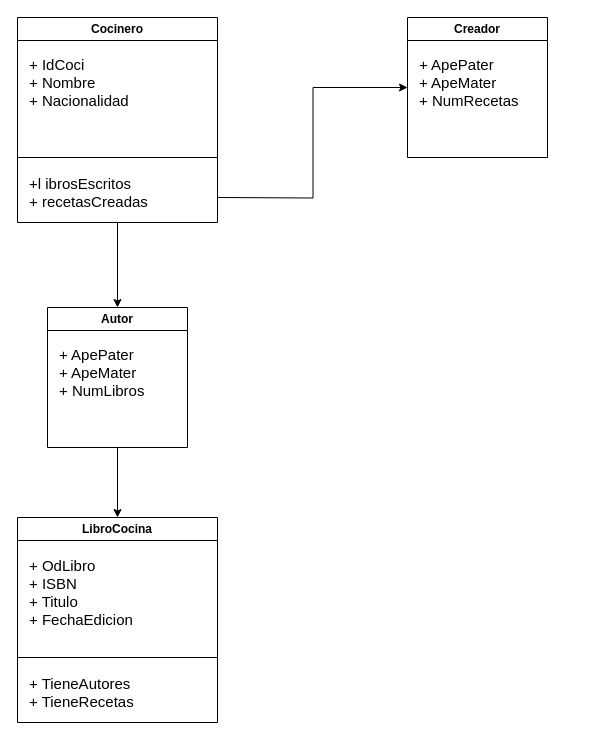
Above: Diagrama sin título.drawio in CristianCenxd/DiagramaUMLACT6 (draw.io), before the change. Source tidied: cells renumbered, new cells numbered last; positions are measured from the earlier drawing's top-left corner, leaving out a move shared by most shapes. Both pictures are drawn from the tidied source at 100%, with x=0, y=0 at pixel (17, 17).
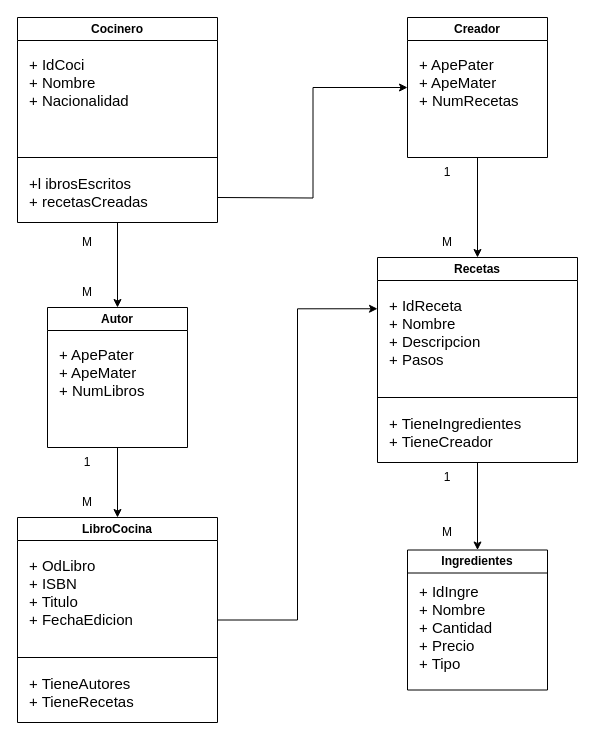
Above is the later version.

The change refers to these unchanged cells:
```xml
<mxCell id="8" value="Creador" style="swimlane;whiteSpace=wrap;html=1;" parent="1" vertex="1">
  <mxGeometry x="390" width="140" height="140" as="geometry" />
</mxCell>
<mxCell id="13" value="LibroCocina" style="swimlane;whiteSpace=wrap;html=1;" parent="1" vertex="1">
  <mxGeometry y="500" width="200" height="205" as="geometry" />
</mxCell>
```

What changed in the source:
```diff
@@
+    <mxCell id="17" style="edgeStyle=orthogonalEdgeStyle;rounded=0;jettySize=auto;html=1;exitX=0.5;exitY=1;exitDx=0;exitDy=0;entryX=0.5;entryY=0;entryDx=0;entryDy=0;" parent="1" edge="1" source="8" target="20">
+      <mxGeometry relative="1" as="geometry" />
+    </mxCell>
@@
+    <mxCell id="18" style="edgeStyle=orthogonalEdgeStyle;rounded=0;jettySize=auto;html=1;exitX=1;exitY=0.5;exitDx=0;exitDy=0;entryX=0;entryY=0.25;entryDx=0;entryDy=0;" parent="1" edge="1" source="13" target="20">
+      <mxGeometry relative="1" as="geometry" />
+    </mxCell>
@@
+    <mxCell id="19" style="edgeStyle=orthogonalEdgeStyle;rounded=0;jettySize=auto;html=1;exitX=0.5;exitY=1;exitDx=0;exitDy=0;" parent="1" edge="1" source="20" target="24">
+      <mxGeometry relative="1" as="geometry" />
+    </mxCell>
+    <mxCell id="20" value="Recetas" style="swimlane;whiteSpace=wrap;html=1;" parent="1" vertex="1">
+      <mxGeometry x="360" y="240" width="200" height="205" as="geometry" />
+    </mxCell>
+    <mxCell id="21" style="endArrow=none;html=1;rounded=0;" parent="20" edge="1">
+      <mxGeometry relative="1" as="geometry">
+        <mxPoint y="140" as="sourcePoint" />
+        <mxPoint x="200" y="140" as="targetPoint" />
+      </mxGeometry>
+    </mxCell>
+    <mxCell id="22" value="+ IdReceta&lt;div&gt;+ Nombre&lt;/div&gt;&lt;div&gt;+ Descripcion&lt;/div&gt;&lt;div&gt;+ Pasos&lt;/div&gt;" style="text;html=1;align=left;verticalAlign=middle;strokeColor=none;fillColor=none;fontSize=15;" parent="20" vertex="1">
+      <mxGeometry x="10" y="30" width="110" height="90" as="geometry" />
+    </mxCell>
+    <mxCell id="23" value="+ TieneIngredientes&lt;div&gt;+ TieneCreador&lt;/div&gt;" style="text;html=1;align=left;verticalAlign=middle;strokeColor=none;fillColor=none;fontSize=15;" parent="20" vertex="1">
+      <mxGeometry x="10" y="150" width="150" height="50" as="geometry" />
+    </mxCell>
+    <mxCell id="24" value="Ingredientes" style="swimlane;whiteSpace=wrap;html=1;" parent="1" vertex="1">
+      <mxGeometry x="390" y="532.5" width="140" height="140" as="geometry" />
+    </mxCell>
+    <mxCell id="25" value="+ IdIngre&lt;div&gt;+ Nombre&lt;/div&gt;&lt;div&gt;+ Cantidad&lt;/div&gt;&lt;div&gt;+ Precio&lt;/div&gt;&lt;div&gt;+ Tipo&lt;/div&gt;" style="text;html=1;align=left;verticalAlign=middle;strokeColor=none;fillColor=none;fontSize=15;" parent="24" vertex="1">
+      <mxGeometry x="10" y="27.5" width="100" height="100" as="geometry" />
+    </mxCell>
+    <mxCell id="26" value="M" style="text;html=1;align=center;verticalAlign=middle;whiteSpace=wrap;rounded=0;" parent="1" vertex="1">
+      <mxGeometry x="40" y="210" width="60" height="30" as="geometry" />
+    </mxCell>
+    <mxCell id="27" value="M" style="text;html=1;align=center;verticalAlign=middle;whiteSpace=wrap;rounded=0;" parent="1" vertex="1">
+      <mxGeometry x="40" y="260" width="60" height="30" as="geometry" />
+    </mxCell>
+    <mxCell id="28" value="M" style="text;html=1;align=center;verticalAlign=middle;whiteSpace=wrap;rounded=0;" parent="1" vertex="1">
+      <mxGeometry x="40" y="470" width="60" height="30" as="geometry" />
+    </mxCell>
+    <mxCell id="29" value="1" style="text;html=1;align=center;verticalAlign=middle;whiteSpace=wrap;rounded=0;" parent="1" vertex="1">
+      <mxGeometry x="40" y="430" width="60" height="30" as="geometry" />
+    </mxCell>
+    <mxCell id="30" value="1" style="text;html=1;align=center;verticalAlign=middle;whiteSpace=wrap;rounded=0;" parent="1" vertex="1">
+      <mxGeometry x="400" y="140" width="60" height="30" as="geometry" />
+    </mxCell>
+    <mxCell id="31" value="M" style="text;html=1;align=center;verticalAlign=middle;whiteSpace=wrap;rounded=0;" parent="1" vertex="1">
+      <mxGeometry x="400" y="210" width="60" height="30" as="geometry" />
+    </mxCell>
+    <mxCell id="32" value="1" style="text;html=1;align=center;verticalAlign=middle;whiteSpace=wrap;rounded=0;" parent="1" vertex="1">
+      <mxGeometry x="400" y="445" width="60" height="30" as="geometry" />
+    </mxCell>
+    <mxCell id="33" value="M" style="text;html=1;align=center;verticalAlign=middle;whiteSpace=wrap;rounded=0;" parent="1" vertex="1">
+      <mxGeometry x="400" y="500" width="60" height="30" as="geometry" />
+    </mxCell>
```
